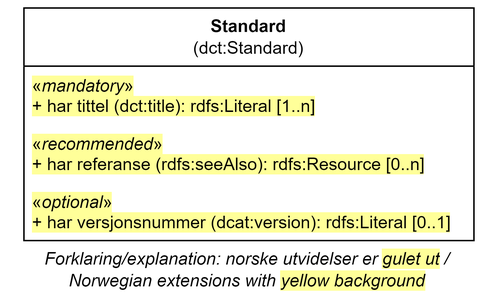
Earlier version of the draw.io export docs/images/Klassen-Standard.png (Informasjonsforvaltning/dcat-ap-no). Source tidied: cells renumbered, new cells last; positions are measured from the earlier drawing's top-left corner, leaving out a move shared by most shapes.
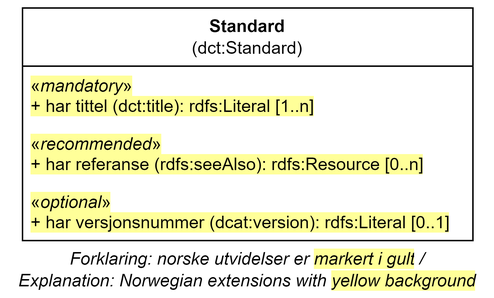
After the change.

Change to the diagram source:
```diff
@@ -14,8 +14,8 @@
     <mxCell id="5" value="&lt;div&gt;&lt;span style=&quot;background-color: rgb(255, 255, 153);&quot;&gt;«&lt;i&gt;recommended&lt;/i&gt;»&lt;/span&gt;&lt;/div&gt;&lt;div&gt;&lt;div&gt;&lt;span style=&quot;background-color: rgb(255, 255, 153);&quot;&gt;+ har referanse (rdfs:seeAlso): rdfs:Resource [0..n]&lt;/span&gt;&lt;br&gt;&lt;/div&gt;&lt;/div&gt;" style="text;strokeColor=none;fillColor=none;align=left;verticalAlign=top;spacingLeft=4;spacingRight=4;overflow=hidden;whiteSpace=wrap;html=1;" parent="1" vertex="1">
       <mxGeometry x="11" y="80" width="300" height="50" as="geometry" />
     </mxCell>
-    <mxCell id="6" value="Forklaring/explanation: norske utvidelser er&amp;nbsp;&lt;span style=&quot;background-color: rgb(255, 255, 153);&quot;&gt;gulet ut&lt;/span&gt;&lt;span style=&quot;background-color: rgb(255 , 255 , 255)&quot;&gt;&amp;nbsp;/ &lt;br&gt;Norwegian extensions with &lt;/span&gt;&lt;span style=&quot;background-color: rgb(255, 255, 153);&quot;&gt;yellow background&lt;/span&gt;" style="text;html=1;strokeColor=none;fillColor=none;align=center;verticalAlign=middle;whiteSpace=wrap;rounded=0;fontStyle=2;" parent="1" vertex="1">
-      <mxGeometry y="170" width="330" height="20" as="geometry" />
+    <mxCell id="6" value="Forklaring: norske utvidelser er&amp;nbsp;&lt;span style=&quot;background-color: rgb(255, 255, 153);&quot;&gt;markert i gult&lt;/span&gt;&lt;span style=&quot;background-color: rgb(255 , 255 , 255)&quot;&gt;&amp;nbsp;/ &lt;br&gt;&lt;/span&gt;Explanation:&amp;nbsp;&lt;span style=&quot;background-color: rgb(255 , 255 , 255)&quot;&gt;Norwegian extensions with &lt;/span&gt;&lt;span style=&quot;background-color: rgb(255, 255, 153);&quot;&gt;yellow background&lt;/span&gt;" style="text;html=1;strokeColor=none;fillColor=none;align=center;verticalAlign=middle;whiteSpace=wrap;rounded=0;fontStyle=2;" parent="1" vertex="1">
+      <mxGeometry x="1" y="170" width="330" height="20" as="geometry" />
     </mxCell>
   </root>
 </mxGraphModel>
```
